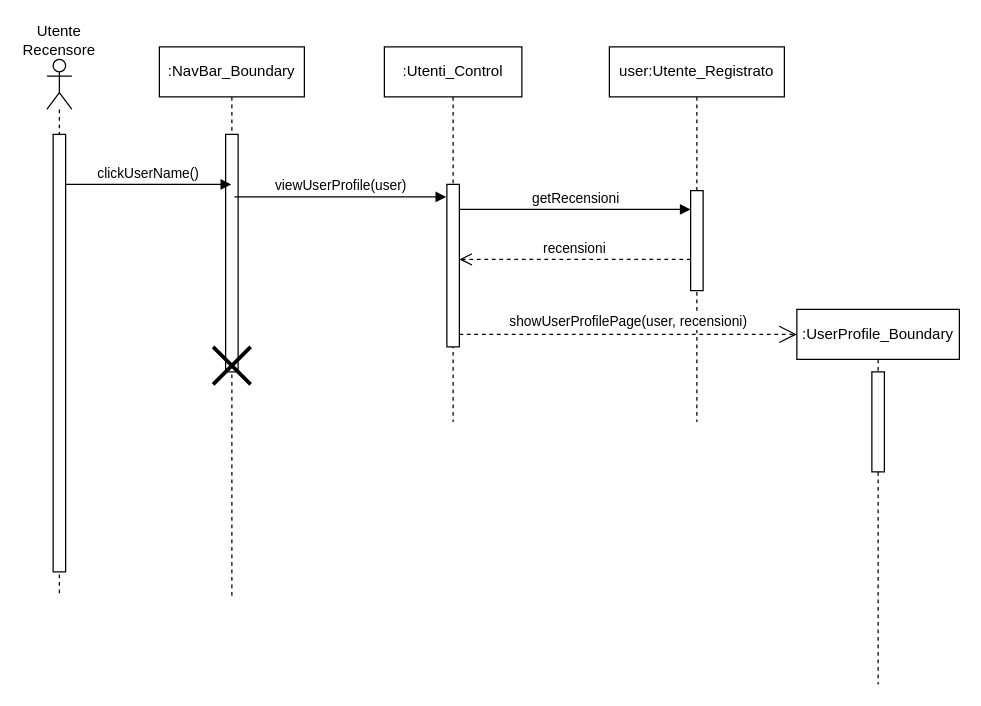
Earlier version of the draw.io diagram New Diagrams/Sequence Diagrams/UC11 Visualizzazione profilo personale.drawio (superfra01/Rated). Source tidied: cells renumbered, new cells numbered last; positions are measured from the earlier drawing's top-left corner, leaving out a move shared by most shapes. Both pictures are drawn from the tidied source at 125%, with x=0, y=0 at pixel (21, 21).
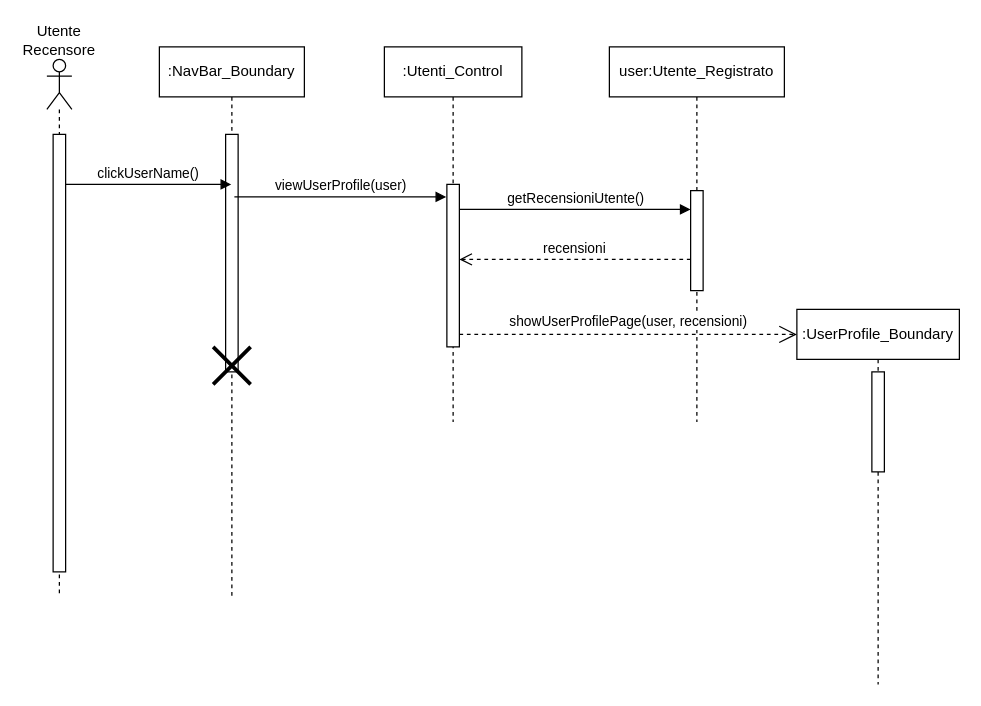
The same page after the edit.

Unchanged cells that the change refers to:
```xml
<mxCell id="12" style="html=1;points=[[0,0,0,0,5],[0,1,0,0,-5],[1,0,0,0,5],[1,1,0,0,-5]];perimeter=orthogonalPerimeter;outlineConnect=0;targetShapes=umlLifeline;portConstraint=eastwest;newEdgeStyle={&quot;curved&quot;:0,&quot;rounded&quot;:0};" parent="11" vertex="1">
  <mxGeometry x="65" y="115" width="10" height="80" as="geometry" />
</mxCell>
```

Diff of the diagram source:
```diff
@@
-    <mxCell id="13" value="getRecensioni" style="html=1;verticalAlign=bottom;endArrow=block;curved=0;rounded=0;" parent="1" edge="1" target="12">
+    <mxCell id="13" value="getRecensioniUtente()" style="html=1;verticalAlign=bottom;endArrow=block;curved=0;rounded=0;" parent="1" edge="1" target="12">
       <mxGeometry relative="1" as="geometry">
         <mxPoint x="350" y="150" as="sourcePoint" />
       </mxGeometry>
     </mxCell>
```
